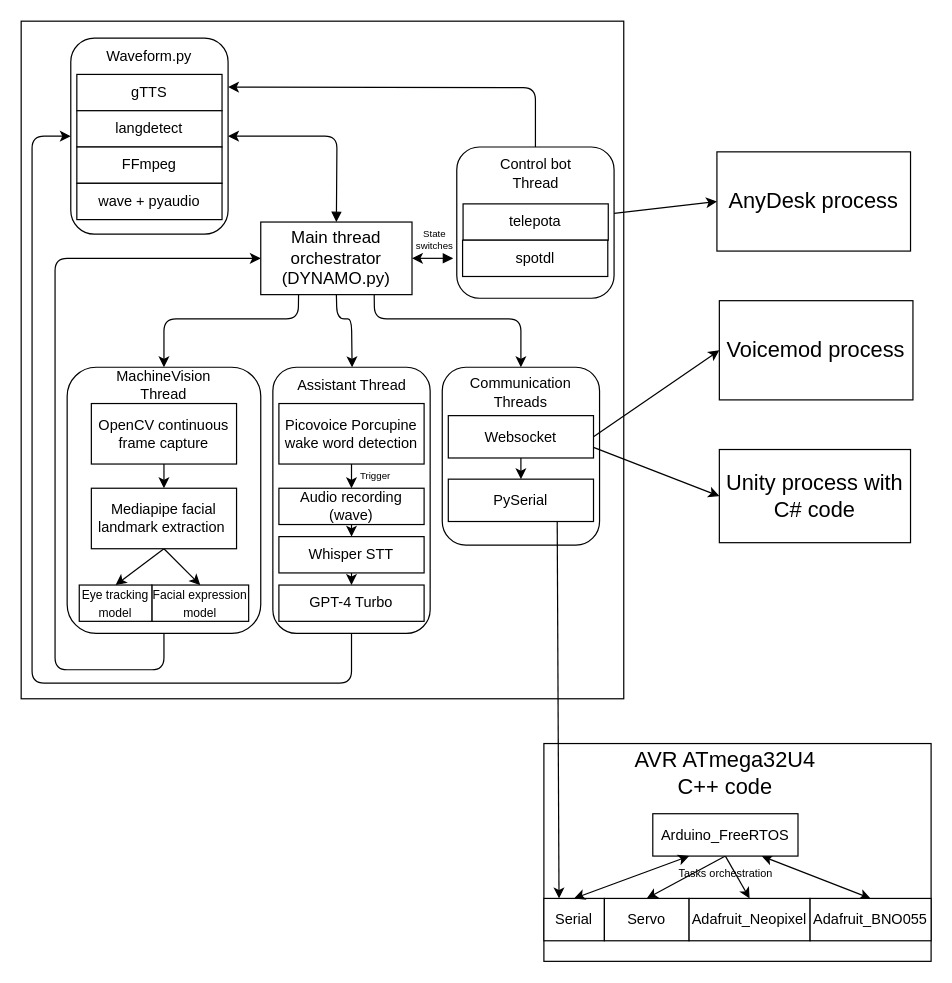
This is Planning/Software.drawio from MekhyW/DYNAMO-Electronic_Fursuit-2.0, a draw.io file, before an edit. Source tidied: cells renumbered, new cells numbered last; positions are measured from the earlier drawing's top-left corner, leaving out a move shared by most shapes. Both pictures are drawn from the tidied source at 121%, with x=0, y=0 at pixel (21, 21).
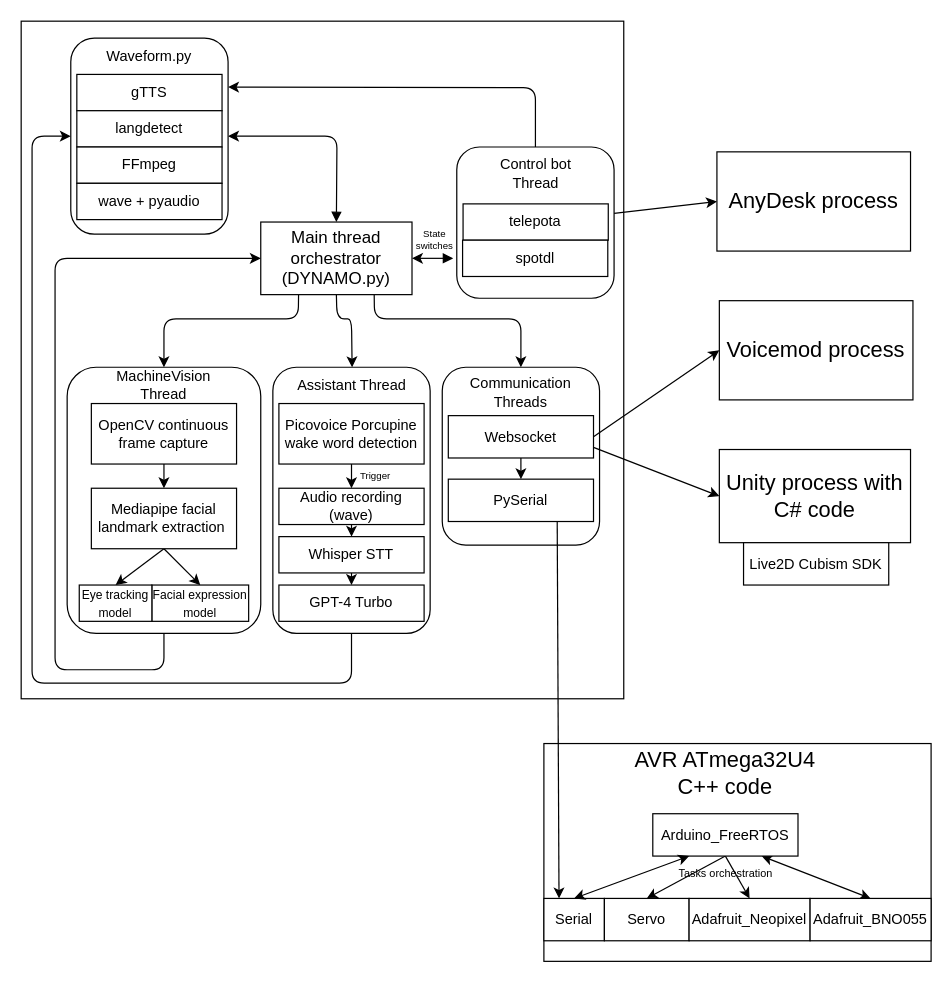
After the change.

Change to the diagram source:
```diff
@@
+    <mxCell id="66" value="Live2D Cubism SDK" style="rounded=0;whiteSpace=wrap;html=1;fontSize=12;" parent="1" vertex="1">
+      <mxGeometry x="597" y="431" width="120" height="35" as="geometry" />
+    </mxCell>
```
